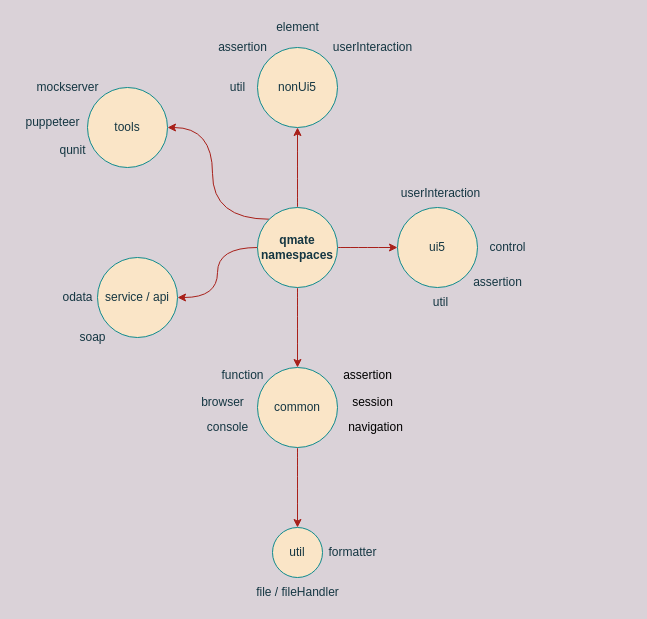
Above: reuse/structure.drawio in SAP/wdio-qmate-service (draw.io), before the change. Source tidied: cells renumbered, new cells numbered last; positions are measured from the earlier drawing's top-left corner, leaving out a move shared by most shapes. Both pictures are drawn from the tidied source at 100%, with x=0, y=0 at pixel (17, 17).
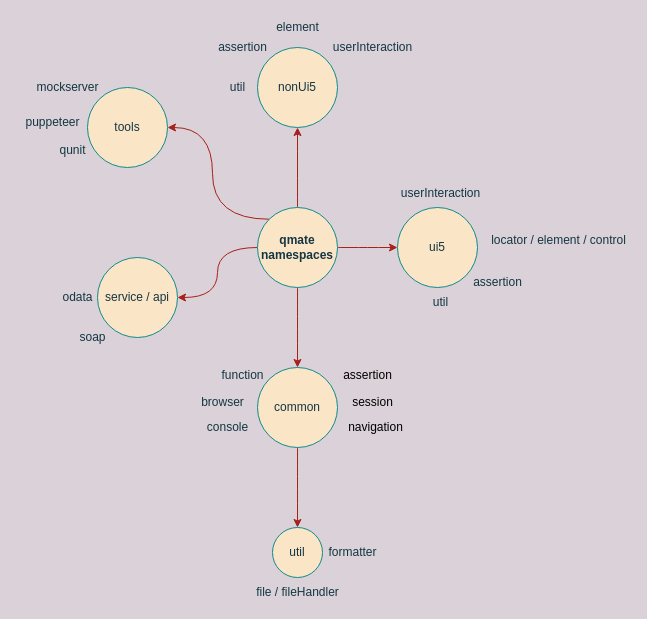
The same page after the edit.

The edit, as a diff of the source:
```diff
@@
-    <mxCell id="14" value="control" style="text;html=1;align=center;verticalAlign=middle;strokeColor=none;fontColor=#143642;" parent="1" vertex="1">
-      <mxGeometry x="465" y="220" width="50" height="20" as="geometry" />
+    <mxCell id="14" value="locator / element / control" style="text;html=1;align=center;verticalAlign=middle;strokeColor=none;fontColor=#143642;" parent="1" vertex="1">
+      <mxGeometry x="468" y="214" width="145" height="17" as="geometry" />
     </mxCell>
```
